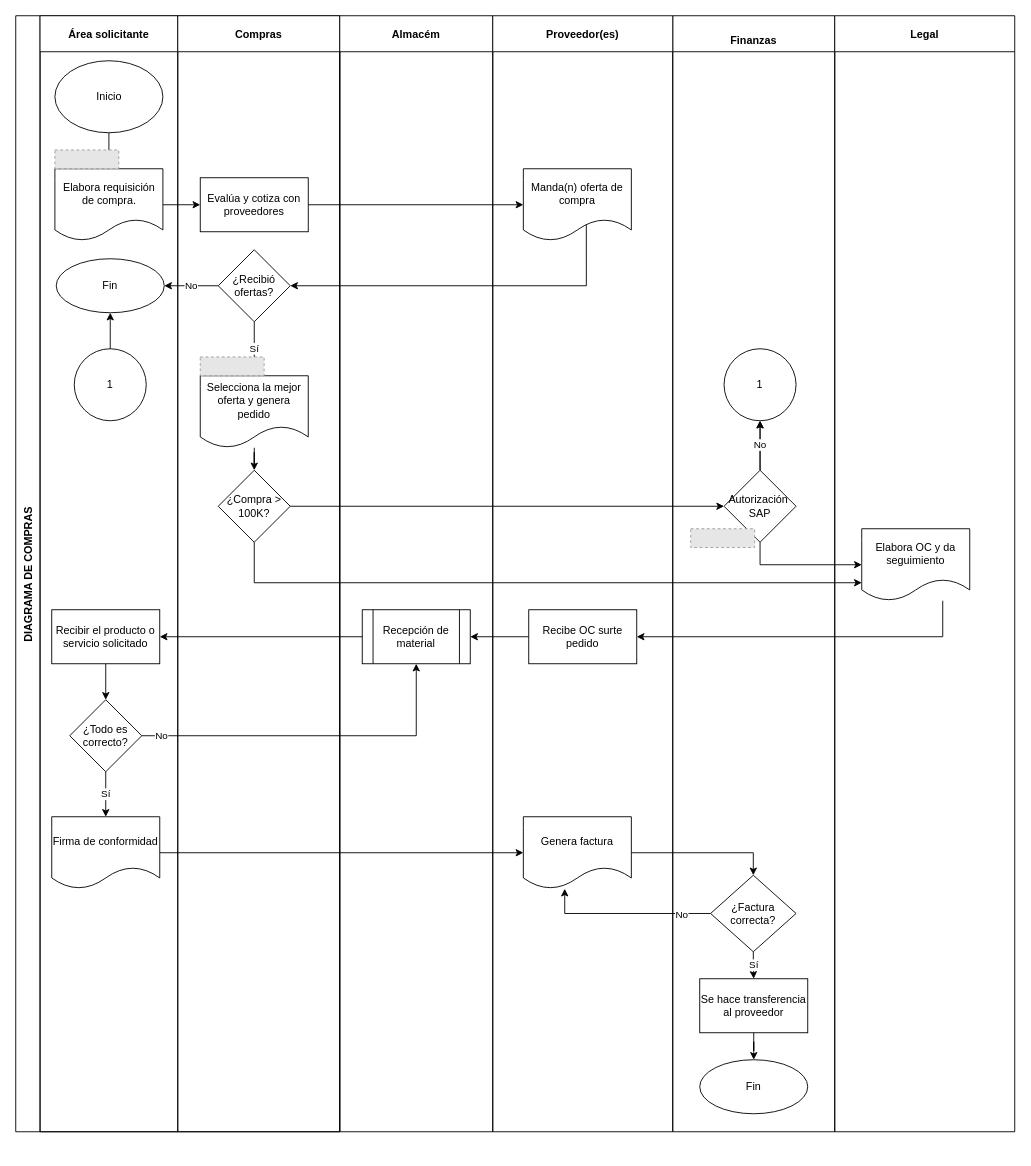
The draw.io diagram 172285_ARANDIA_PROCESO COMPRAS (ADAPTADO).drawio in FerAran/Flowchart, before the edit. Source tidied: cells renumbered, new cells numbered last; positions are measured from the earlier drawing's top-left corner, leaving out a move shared by most shapes. Both pictures are drawn from the tidied source at 90%, with x=0, y=0 at pixel (15, 15). Pictures stored in the file or linked from it are replaced by grey dashed boxes.
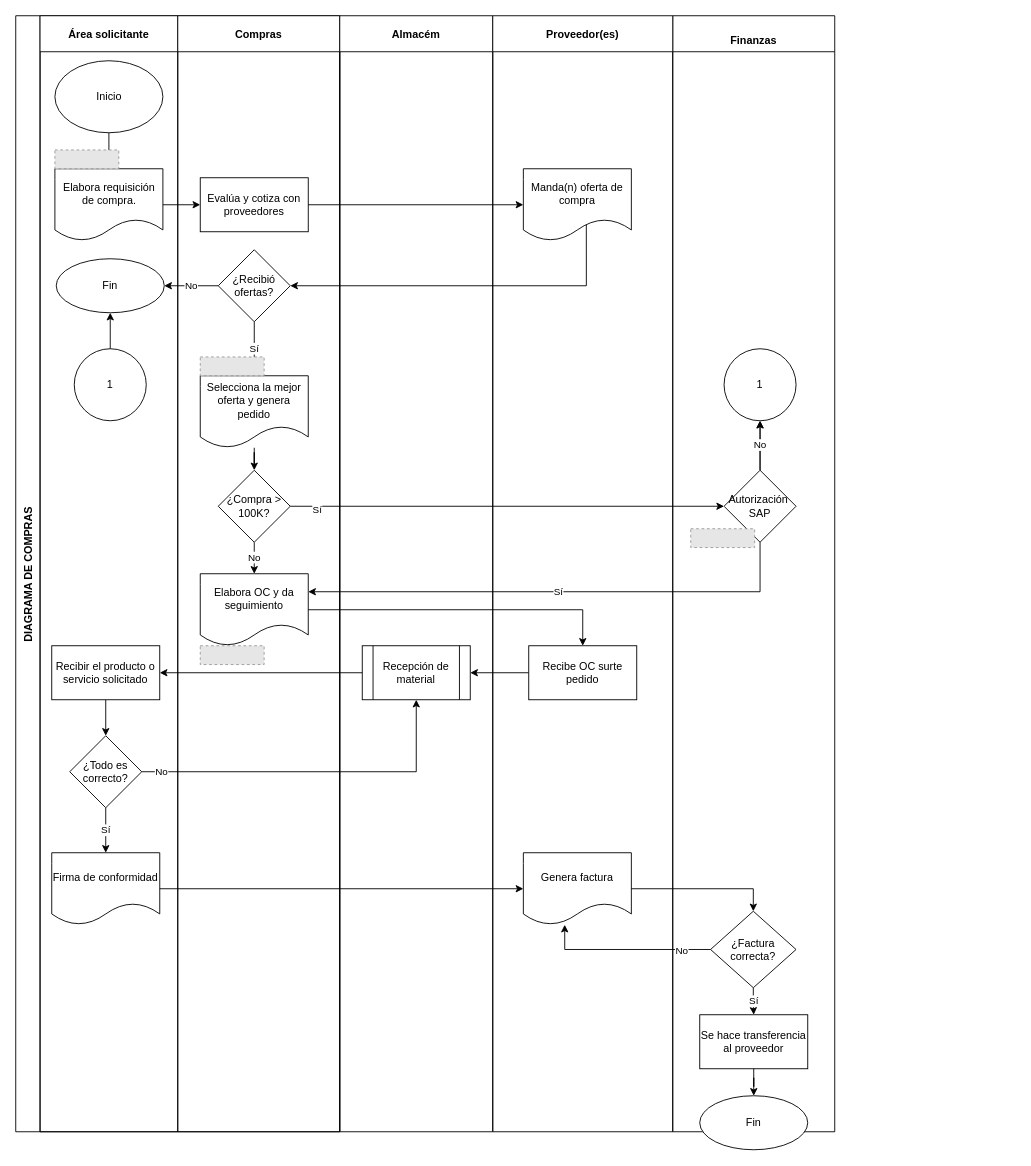
The same diagram, later.

Unchanged cells that the change refers to:
```xml
<mxCell id="3" value="Área solicitante" style="swimlane;startSize=40;" parent="2" vertex="1">
  <mxGeometry x="27" width="153" height="1240" as="geometry" />
</mxCell>
<mxCell id="13" value="Compras" style="swimlane;startSize=40;" parent="2" vertex="1">
  <mxGeometry x="180" width="180" height="1240" as="geometry" />
</mxCell>
<mxCell id="20" value="¿Compra &amp;gt; 100K?" style="rhombus;whiteSpace=wrap;html=1;" parent="13" vertex="1">
  <mxGeometry x="45" y="505" width="80" height="80" as="geometry" />
</mxCell>
<mxCell id="25" value="&#10;Finanzas" style="swimlane;startSize=40;" parent="1" vertex="1">
  <mxGeometry x="730" width="180" height="1240" as="geometry" />
</mxCell>
<mxCell id="30" value="Autorización&amp;nbsp;&lt;br&gt;SAP" style="rhombus;whiteSpace=wrap;html=1;" parent="25" vertex="1">
  <mxGeometry x="57" y="505" width="80" height="80" as="geometry" />
</mxCell>
<mxCell id="38" style="edgeStyle=orthogonalEdgeStyle;rounded=0;jettySize=auto;html=1;" parent="1" edge="1" source="20" target="30">
  <mxGeometry relative="1" as="geometry" />
</mxCell>
<mxCell id="42" value="Almacém" style="swimlane;startSize=40;" parent="1" vertex="1">
  <mxGeometry x="360" width="170" height="1240" as="geometry" />
</mxCell>
<mxCell id="48" value="Proveedor(es)" style="swimlane;startSize=40;" parent="1" vertex="1">
  <mxGeometry x="530" width="200" height="1240" as="geometry" />
</mxCell>
```

Diff of the diagram source:
```diff
@@
     <mxCell id="7" value="Firma de conformidad" style="shape=document;whiteSpace=wrap;html=1;boundedLbl=1;rounded=0;glass=0;fontFamily=Helvetica;fontSize=12;fontColor=default;startSize=40;strokeColor=default;fillColor=default;" parent="3" vertex="1">
-      <mxGeometry x="13" y="890" width="120" height="80" as="geometry" />
+      <mxGeometry x="13" y="930" width="120" height="80" as="geometry" />
     </mxCell>
@@
     <mxCell id="9" value="Recibir el producto o servicio solicitado" style="whiteSpace=wrap;html=1;rounded=0;glass=0;startSize=40;" parent="3" vertex="1">
-      <mxGeometry x="13" y="660" width="120" height="60" as="geometry" />
+      <mxGeometry x="13" y="700" width="120" height="60" as="geometry" />
     </mxCell>
@@
     <mxCell id="12" value="¿Todo es correcto?" style="rhombus;whiteSpace=wrap;html=1;" parent="3" vertex="1">
-      <mxGeometry x="33" y="760" width="80" height="80" as="geometry" />
+      <mxGeometry x="33" y="800" width="80" height="80" as="geometry" />
     </mxCell>
@@
+    <mxCell id="39" value="No" style="edgeStyle=orthogonalEdgeStyle;rounded=0;jettySize=auto;html=1;" parent="13" edge="1" source="20" target="37">
+      <mxGeometry relative="1" as="geometry" />
+    </mxCell>
@@
+    <mxCell id="37" value="Elabora OC y da seguimiento" style="shape=document;whiteSpace=wrap;html=1;boundedLbl=1;rounded=0;glass=0;fontFamily=Helvetica;fontSize=12;fontColor=default;startSize=40;strokeColor=default;fillColor=default;" parent="13" vertex="1">
+      <mxGeometry x="25" y="620" width="120" height="80" as="geometry" />
+    </mxCell>
+    <mxCell id="59" style="fillColor=#E6E6E6;strokeColor=#999999;dashed=1;verticalLabelPosition=bottom;labelBackgroundColor=default;verticalAlign=top;" parent="13" vertex="1">
+      <mxGeometry x="25" y="700" width="71" height="20.9" as="geometry" />
+    </mxCell>
@@
     <mxCell id="27" value="¿Factura correcta?" style="rhombus;whiteSpace=wrap;html=1;" parent="25" vertex="1">
-      <mxGeometry x="42" y="955" width="95" height="85" as="geometry" />
+      <mxGeometry x="42" y="995" width="95" height="85" as="geometry" />
     </mxCell>
@@
     <mxCell id="33" value="Se hace transferencia al proveedor" style="whiteSpace=wrap;html=1;rounded=0;glass=0;startSize=40;" parent="25" vertex="1">
-      <mxGeometry x="30" y="1070" width="120" height="60" as="geometry" />
+      <mxGeometry x="30" y="1110" width="120" height="60" as="geometry" />
     </mxCell>
     <mxCell id="34" value="Fin" style="ellipse;whiteSpace=wrap;html=1;rounded=0;glass=0;startSize=40;" parent="25" vertex="1">
-      <mxGeometry x="30" y="1160" width="120" height="60" as="geometry" />
+      <mxGeometry x="30" y="1200" width="120" height="60" as="geometry" />
     </mxCell>
@@
-    <mxCell id="36" value="Legal" style="swimlane;startSize=40;" parent="1" vertex="1">
-      <mxGeometry x="910" width="200" height="1240" as="geometry" />
-    </mxCell>
-    <mxCell id="37" value="Elabora OC y da seguimiento" style="shape=document;whiteSpace=wrap;html=1;boundedLbl=1;rounded=0;glass=0;fontFamily=Helvetica;fontSize=12;fontColor=default;startSize=40;strokeColor=default;fillColor=default;" parent="36" vertex="1">
-      <mxGeometry x="30" y="570" width="120" height="80" as="geometry" />
-    </mxCell>
@@
-    <mxCell id="39" style="edgeStyle=orthogonalEdgeStyle;rounded=0;jettySize=auto;html=1;entryX=0;entryY=0.75;entryDx=0;entryDy=0;" parent="1" edge="1" source="20" target="37">
-      <mxGeometry relative="1" as="geometry">
-        <Array as="points">
-          <mxPoint x="265" y="630" />
-        </Array>
-      </mxGeometry>
-    </mxCell>
-    <mxCell id="40" style="edgeStyle=orthogonalEdgeStyle;rounded=0;jettySize=auto;html=1;entryX=1;entryY=0.5;entryDx=0;entryDy=0;" parent="1" edge="1" source="37" target="50">
-      <mxGeometry relative="1" as="geometry">
-        <Array as="points">
-          <mxPoint x="1030" y="690" />
-        </Array>
-      </mxGeometry>
-    </mxCell>
-    <mxCell id="41" style="edgeStyle=orthogonalEdgeStyle;rounded=0;jettySize=auto;html=1;entryX=0;entryY=0.5;entryDx=0;entryDy=0;exitX=0.5;exitY=1;exitDx=0;exitDy=0;" parent="1" edge="1" source="30" target="37">
-      <mxGeometry relative="1" as="geometry" />
-    </mxCell>
+    <mxCell id="60" value="Sí" style="edgeLabel;html=1;align=center;verticalAlign=middle;" parent="38" vertex="1">
+      <mxGeometry x="-0.88" y="-3" relative="1" as="geometry" />
+    </mxCell>
@@
     <mxCell id="43" value="Recepción de material" style="shape=process;whiteSpace=wrap;html=1;backgroundOutline=1;" parent="42" vertex="1">
-      <mxGeometry x="25" y="660" width="120" height="60" as="geometry" />
+      <mxGeometry x="25" y="700" width="120" height="60" as="geometry" />
     </mxCell>
@@
     <mxCell id="50" value="Recibe OC surte pedido" style="whiteSpace=wrap;html=1;rounded=0;glass=0;startSize=40;" parent="48" vertex="1">
-      <mxGeometry x="40" y="660" width="120" height="60" as="geometry" />
+      <mxGeometry x="40" y="700" width="120" height="60" as="geometry" />
     </mxCell>
     <mxCell id="51" value="Genera factura" style="shape=document;whiteSpace=wrap;html=1;boundedLbl=1;rounded=0;glass=0;fontFamily=Helvetica;fontSize=12;fontColor=default;startSize=40;strokeColor=default;fillColor=default;" parent="48" vertex="1">
-      <mxGeometry x="34" y="890" width="120" height="80" as="geometry" />
+      <mxGeometry x="34" y="930" width="120" height="80" as="geometry" />
     </mxCell>
@@
+    <mxCell id="41" value="Sí" style="edgeStyle=orthogonalEdgeStyle;rounded=0;jettySize=auto;html=1;entryX=1;entryY=0.25;entryDx=0;entryDy=0;" parent="1" edge="1" source="30" target="37">
+      <mxGeometry relative="1" as="geometry">
+        <Array as="points">
+          <mxPoint x="827" y="640" />
+        </Array>
+      </mxGeometry>
+    </mxCell>
+    <mxCell id="40" style="edgeStyle=orthogonalEdgeStyle;rounded=0;jettySize=auto;html=1;entryX=0.5;entryY=0;entryDx=0;entryDy=0;" parent="1" edge="1" source="37" target="50">
+      <mxGeometry relative="1" as="geometry" />
+    </mxCell>
```
